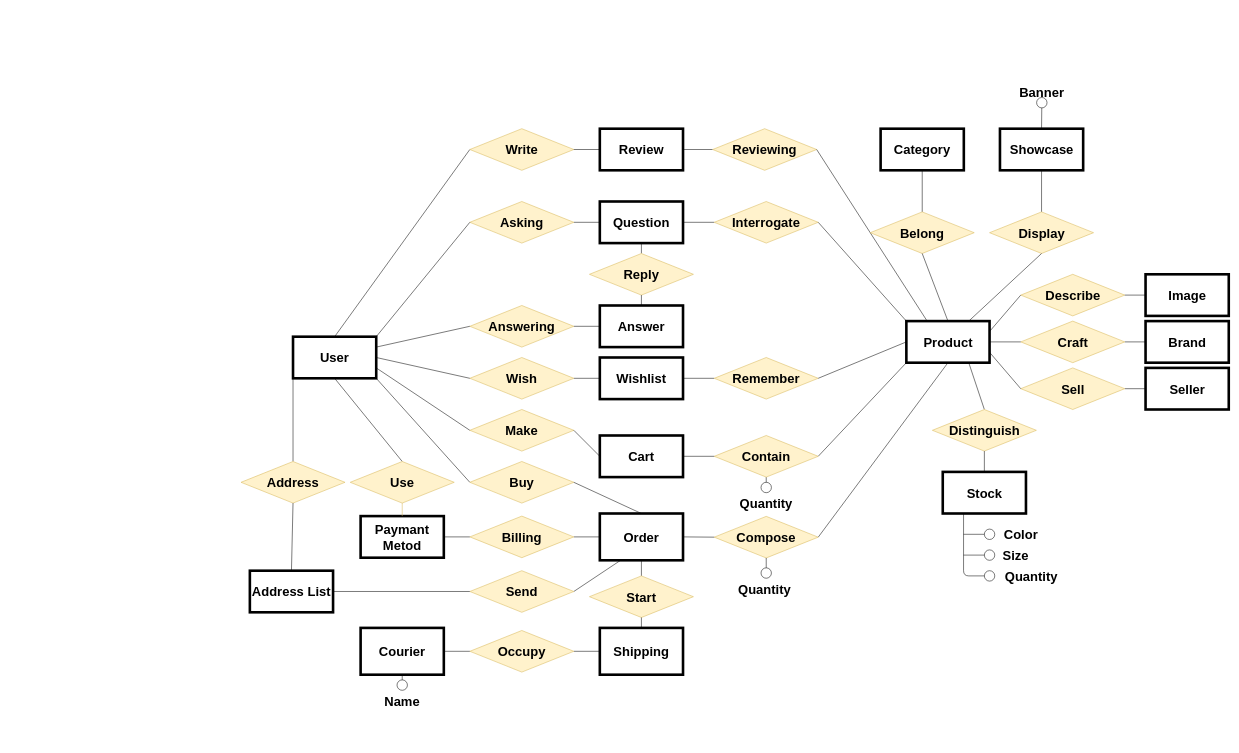
The draw.io diagram Tecnologie del web.drawio in Coccio98/Tecnologie-del-web, before the edit. Source tidied: cells renumbered, new cells numbered last; positions are measured from the earlier drawing's top-left corner, leaving out a move shared by most shapes. Both pictures are drawn from the tidied source at 52%, with x=0, y=0 at pixel (241, 87).
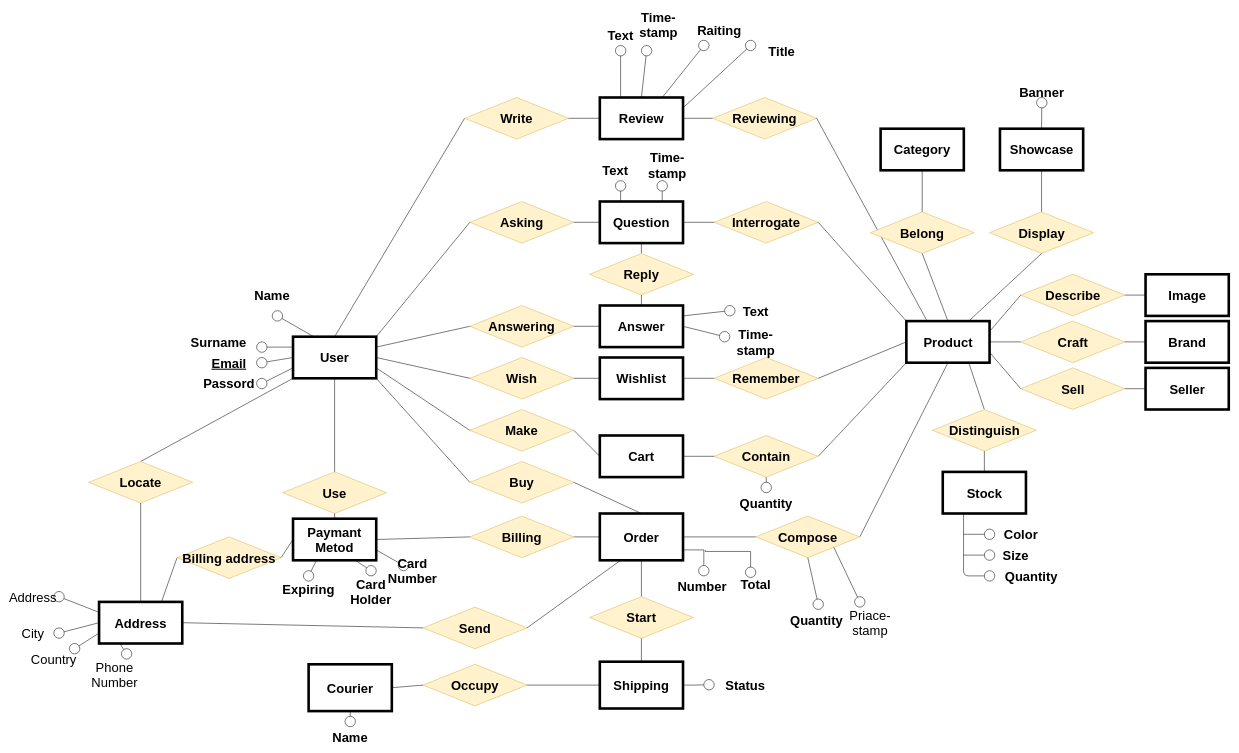
The same diagram, later.

Unchanged cells that the change refers to:
```xml
<mxCell id="2" value="User" style="rounded=0;whiteSpace=wrap;html=1;fontSize=25;fontStyle=1;strokeWidth=5;" parent="1" vertex="1">
  <mxGeometry x="100" y="480" width="160" height="80" as="geometry" />
</mxCell>
<mxCell id="16" value="Order" style="rounded=0;whiteSpace=wrap;html=1;fontSize=25;fontStyle=1;strokeWidth=5;" parent="1" vertex="1">
  <mxGeometry x="690" y="820" width="160" height="90" as="geometry" />
</mxCell>
<mxCell id="43" value="Question" style="rounded=0;whiteSpace=wrap;html=1;fontSize=25;fontStyle=1;strokeWidth=5;" parent="1" vertex="1">
  <mxGeometry x="690" y="220" width="160" height="80" as="geometry" />
</mxCell>
<mxCell id="46" value="Answer" style="rounded=0;whiteSpace=wrap;html=1;fontSize=25;fontStyle=1;strokeWidth=5;" parent="1" vertex="1">
  <mxGeometry x="690" y="420" width="160" height="80" as="geometry" />
</mxCell>
```

Diff of the diagram source:
```diff
@@
-    <mxCell id="12" value="Address List" style="rounded=0;whiteSpace=wrap;html=1;fontSize=25;fontStyle=1;strokeWidth=5;" parent="1" vertex="1">
-      <mxGeometry x="17" y="930" width="160" height="80" as="geometry" />
+    <mxCell id="12" value="Address" style="rounded=0;whiteSpace=wrap;html=1;fontSize=25;fontStyle=1;strokeWidth=5;" parent="1" vertex="1">
+      <mxGeometry x="-273" y="990" width="160" height="80" as="geometry" />
     </mxCell>
@@
     <mxCell id="14" value="Paymant Metod" style="rounded=0;whiteSpace=wrap;html=1;fontSize=25;fontStyle=1;strokeWidth=5;" parent="1" vertex="1">
-      <mxGeometry x="230" y="825" width="160" height="80" as="geometry" />
+      <mxGeometry x="100" y="830" width="160" height="80" as="geometry" />
     </mxCell>
@@
+    <mxCell id="106" style="edgeStyle=orthogonalEdgeStyle;rounded=0;jettySize=auto;html=1;exitX=1;exitY=0.75;exitDx=0;exitDy=0;startArrow=none;startFill=0;startSize=6;endArrow=oval;endFill=0;endSize=20;strokeColor=#000000;fontSize=25;fontColor=#000000;" parent="1" edge="1" source="16">
+      <mxGeometry relative="1" as="geometry">
+        <mxPoint x="890" y="930" as="targetPoint" />
+        <Array as="points">
+          <mxPoint x="850" y="890" />
+          <mxPoint x="890" y="890" />
+        </Array>
+      </mxGeometry>
+    </mxCell>
@@
     <mxCell id="23" value="Review" style="rounded=0;whiteSpace=wrap;html=1;fontSize=25;fontStyle=1;strokeWidth=5;" parent="1" vertex="1">
-      <mxGeometry x="690" y="80" width="160" height="80" as="geometry" />
+      <mxGeometry x="690" y="20" width="160" height="80" as="geometry" />
     </mxCell>
@@
     <mxCell id="26" value="Quantity" style="text;html=1;strokeColor=none;fillColor=none;align=center;verticalAlign=middle;whiteSpace=wrap;rounded=0;fontSize=25;fontStyle=1;" parent="1" vertex="1">
-      <mxGeometry x="987" y="954.5" width="40" height="20" as="geometry" />
+      <mxGeometry x="1087" y="1014.5" width="40" height="20" as="geometry" />
     </mxCell>
@@
+    <mxCell id="107" style="edgeStyle=orthogonalEdgeStyle;rounded=0;jettySize=auto;html=1;exitX=1;exitY=0.5;exitDx=0;exitDy=0;startArrow=none;startFill=0;startSize=6;endArrow=oval;endFill=0;endSize=20;strokeColor=#000000;fontSize=25;fontColor=#000000;" parent="1" edge="1" source="37">
+      <mxGeometry relative="1" as="geometry">
+        <mxPoint x="900" y="1149.3" as="targetPoint" />
+      </mxGeometry>
+    </mxCell>
     <mxCell id="37" value="Shipping" style="rounded=0;whiteSpace=wrap;html=1;fontSize=25;fontStyle=1;strokeWidth=5;" parent="1" vertex="1">
-      <mxGeometry x="690" y="1040" width="160" height="90" as="geometry" />
+      <mxGeometry x="690" y="1105" width="160" height="90" as="geometry" />
     </mxCell>
     <mxCell id="38" value="Courier" style="rounded=0;whiteSpace=wrap;html=1;fontSize=25;fontStyle=1;strokeWidth=5;" parent="1" vertex="1">
-      <mxGeometry x="230" y="1040" width="160" height="90" as="geometry" />
+      <mxGeometry x="130" y="1110" width="160" height="90" as="geometry" />
     </mxCell>
@@
     <mxCell id="40" value="Name" style="text;html=1;strokeColor=none;fillColor=none;align=center;verticalAlign=middle;whiteSpace=wrap;rounded=0;fontSize=25;fontStyle=1;" parent="1" vertex="1">
-      <mxGeometry x="290" y="1170" width="40" height="20" as="geometry" />
+      <mxGeometry x="190" y="1240" width="40" height="20" as="geometry" />
     </mxCell>
@@
     <mxCell id="49" value="Write" style="rhombus;whiteSpace=wrap;html=1;fontSize=25;fontStyle=1;fillColor=#fff2cc;strokeColor=#d6b656;" parent="1" vertex="1">
-      <mxGeometry x="440" y="80" width="200" height="80" as="geometry" />
+      <mxGeometry x="430" y="20" width="200" height="80" as="geometry" />
     </mxCell>
@@
     <mxCell id="63" value="Use" style="rhombus;whiteSpace=wrap;html=1;fontSize=25;fontStyle=1;fillColor=#fff2cc;strokeColor=#d6b656;" parent="1" vertex="1">
-      <mxGeometry x="210" y="720" width="200" height="80" as="geometry" />
+      <mxGeometry x="80" y="740" width="200" height="80" as="geometry" />
     </mxCell>
-    <mxCell id="64" style="endArrow=none;html=1;entryX=0.5;entryY=1;entryDx=0;entryDy=0;exitX=0.5;exitY=0;exitDx=0;exitDy=0;fontSize=25;fontStyle=1;fillColor=#fff2cc;strokeColor=#d6b656;" parent="1" edge="1" source="14" target="63">
+    <mxCell id="64" style="endArrow=none;html=1;entryX=0.5;entryY=1;entryDx=0;entryDy=0;exitX=0.5;exitY=0;exitDx=0;exitDy=0;fontSize=25;fontStyle=1;fillColor=#fff2cc;strokeColor=#000000;fontColor=#000000;" parent="1" edge="1" source="14" target="63">
       <mxGeometry relative="1" as="geometry" />
     </mxCell>
@@
-    <mxCell id="67" value="Address" style="rhombus;whiteSpace=wrap;html=1;fontSize=25;fontStyle=1;fillColor=#fff2cc;strokeColor=#d6b656;" parent="1" vertex="1">
-      <mxGeometry y="720" width="200" height="80" as="geometry" />
+    <mxCell id="67" value="Locate" style="rhombus;whiteSpace=wrap;html=1;fontSize=25;fontStyle=1;fillColor=#fff2cc;strokeColor=#d6b656;" parent="1" vertex="1">
+      <mxGeometry x="-293" y="720" width="200" height="80" as="geometry" />
     </mxCell>
@@
     <mxCell id="69" value="Send" style="rhombus;whiteSpace=wrap;html=1;fontSize=25;fontStyle=1;fillColor=#fff2cc;strokeColor=#d6b656;" parent="1" vertex="1">
-      <mxGeometry x="440" y="930" width="200" height="80" as="geometry" />
+      <mxGeometry x="350" y="1000" width="200" height="80" as="geometry" />
     </mxCell>
@@
     <mxCell id="71" value="Start" style="rhombus;whiteSpace=wrap;html=1;fontSize=25;fontStyle=1;fillColor=#fff2cc;strokeColor=#d6b656;" parent="1" vertex="1">
-      <mxGeometry x="670" y="940" width="200" height="80" as="geometry" />
+      <mxGeometry x="670" y="980" width="200" height="80" as="geometry" />
     </mxCell>
@@
     <mxCell id="73" value="Occupy" style="rhombus;whiteSpace=wrap;html=1;fontSize=25;fontStyle=1;fillColor=#fff2cc;strokeColor=#d6b656;" parent="1" vertex="1">
-      <mxGeometry x="440" y="1045" width="200" height="80" as="geometry" />
+      <mxGeometry x="350" y="1110" width="200" height="80" as="geometry" />
     </mxCell>
@@
     <mxCell id="75" value="Compose" style="rhombus;whiteSpace=wrap;html=1;fontSize=25;fontStyle=1;fillColor=#fff2cc;strokeColor=#d6b656;" parent="1" vertex="1">
-      <mxGeometry x="910" y="825.5" width="200" height="80" as="geometry" />
+      <mxGeometry x="990" y="825" width="200" height="80" as="geometry" />
     </mxCell>
@@
     <mxCell id="77" style="endArrow=none;html=1;fontSize=25;entryX=0.5;entryY=1;entryDx=0;entryDy=0;exitX=0.5;exitY=0;exitDx=0;exitDy=0;startArrow=oval;startFill=0;startSize=20;" parent="1" edge="1" target="75">
       <mxGeometry relative="1" as="geometry">
-        <mxPoint x="1010" y="934.5" as="sourcePoint" />
+        <mxPoint x="1110" y="994.5" as="sourcePoint" />
       </mxGeometry>
     </mxCell>
@@
     <mxCell id="86" value="Reviewing" style="rhombus;whiteSpace=wrap;html=1;fontSize=25;fontStyle=1;fillColor=#fff2cc;strokeColor=#d6b656;" parent="1" vertex="1">
-      <mxGeometry x="907" y="80" width="200" height="80" as="geometry" />
+      <mxGeometry x="907" y="20" width="200" height="80" as="geometry" />
     </mxCell>
@@
-    <mxCell id="88" style="endArrow=oval;html=1;fontSize=25;entryX=0.5;entryY=0;entryDx=0;entryDy=0;exitX=0.5;exitY=1;exitDx=0;exitDy=0;startSize=6;startArrow=none;startFill=0;endSize=20;endFill=0;" parent="1" edge="1" source="38">
+    <mxCell id="88" style="endArrow=oval;html=1;fontSize=25;exitX=0.5;exitY=1;exitDx=0;exitDy=0;startSize=6;startArrow=none;startFill=0;endSize=20;endFill=0;" parent="1" edge="1" source="38">
       <mxGeometry relative="1" as="geometry">
-        <mxPoint x="310" y="1150" as="targetPoint" />
+        <mxPoint x="210" y="1220" as="targetPoint" />
       </mxGeometry>
     </mxCell>
@@
+    <mxCell id="108" style="endArrow=none;html=1;fontSize=25;startArrow=oval;startFill=0;startSize=20;entryX=1;entryY=1;entryDx=0;entryDy=0;" parent="1" edge="1" target="75">
+      <mxGeometry relative="1" as="geometry">
+        <mxPoint x="1190" y="990" as="sourcePoint" />
+      </mxGeometry>
+    </mxCell>
+    <mxCell id="109" value="Priace-stamp" style="text;html=1;strokeColor=none;fillColor=none;align=center;verticalAlign=middle;whiteSpace=wrap;rounded=0;fontSize=25;" parent="1" vertex="1">
+      <mxGeometry x="1190" y="1020" width="40" height="20" as="geometry" />
+    </mxCell>
+    <mxCell id="110" value="Name" style="text;html=1;strokeColor=none;fillColor=none;align=center;verticalAlign=middle;whiteSpace=wrap;rounded=0;fontSize=25;fontStyle=1;" parent="1" vertex="1">
+      <mxGeometry x="40" y="390" width="40" height="20" as="geometry" />
+    </mxCell>
+    <mxCell id="111" style="endArrow=none;html=1;fontSize=25;entryX=0.25;entryY=0;entryDx=0;entryDy=0;startArrow=oval;startFill=0;startSize=20;" parent="1" edge="1" target="2">
+      <mxGeometry relative="1" as="geometry">
+        <mxPoint x="70" y="440" as="sourcePoint" />
+      </mxGeometry>
+    </mxCell>
+    <mxCell id="112" value="Surname" style="text;html=1;strokeColor=none;fillColor=none;align=center;verticalAlign=middle;whiteSpace=wrap;rounded=0;fontSize=25;fontStyle=1;" parent="1" vertex="1">
+      <mxGeometry x="-63" y="480" width="40" height="20" as="geometry" />
+    </mxCell>
+    <mxCell id="113" style="endArrow=none;html=1;fontSize=25;startArrow=oval;startFill=0;startSize=20;entryX=0;entryY=0.25;entryDx=0;entryDy=0;" parent="1" edge="1" target="2">
+      <mxGeometry relative="1" as="geometry">
+        <mxPoint x="40" y="500" as="sourcePoint" />
+      </mxGeometry>
+    </mxCell>
+    <mxCell id="114" value="Email" style="text;html=1;strokeColor=none;fillColor=none;align=center;verticalAlign=middle;whiteSpace=wrap;rounded=0;fontSize=25;fontStyle=5;strokeWidth=1;" parent="1" vertex="1">
+      <mxGeometry x="-43" y="520" width="40" height="20" as="geometry" />
+    </mxCell>
+    <mxCell id="115" style="endArrow=none;html=1;fontSize=25;startArrow=oval;startFill=0;startSize=20;entryX=0;entryY=0.5;entryDx=0;entryDy=0;" parent="1" edge="1" target="2">
+      <mxGeometry relative="1" as="geometry">
+        <mxPoint x="40" y="530" as="sourcePoint" />
+      </mxGeometry>
+    </mxCell>
+    <mxCell id="116" value="Passord" style="text;html=1;strokeColor=none;fillColor=none;align=center;verticalAlign=middle;whiteSpace=wrap;rounded=0;fontSize=25;fontStyle=1;" parent="1" vertex="1">
+      <mxGeometry x="-43" y="560" width="40" height="20" as="geometry" />
+    </mxCell>
+    <mxCell id="117" style="endArrow=none;html=1;fontSize=25;startArrow=oval;startFill=0;startSize=20;entryX=0;entryY=0.75;entryDx=0;entryDy=0;" parent="1" edge="1" target="2">
+      <mxGeometry relative="1" as="geometry">
+        <mxPoint x="40" y="570" as="sourcePoint" />
+      </mxGeometry>
+    </mxCell>
+    <mxCell id="118" style="endArrow=none;html=1;fontSize=25;startArrow=oval;startFill=0;startSize=20;entryX=0;entryY=0.25;entryDx=0;entryDy=0;" parent="1" edge="1" target="12">
+      <mxGeometry relative="1" as="geometry">
+        <mxPoint x="-350" y="980" as="sourcePoint" />
+      </mxGeometry>
+    </mxCell>
+    <mxCell id="119" style="endArrow=none;html=1;fontSize=25;startArrow=oval;startFill=0;startSize=20;entryX=0;entryY=0.5;entryDx=0;entryDy=0;" parent="1" edge="1" target="12">
+      <mxGeometry relative="1" as="geometry">
+        <mxPoint x="-350" y="1050" as="sourcePoint" />
+      </mxGeometry>
+    </mxCell>
+    <mxCell id="120" style="endArrow=none;html=1;fontSize=25;startArrow=oval;startFill=0;startSize=20;entryX=0;entryY=0.75;entryDx=0;entryDy=0;" parent="1" edge="1" target="12">
+      <mxGeometry relative="1" as="geometry">
+        <mxPoint x="-320" y="1080" as="sourcePoint" />
+      </mxGeometry>
+    </mxCell>
+    <mxCell id="121" value="Address" style="text;html=1;strokeColor=none;fillColor=none;align=center;verticalAlign=middle;whiteSpace=wrap;rounded=0;fontSize=25;fontColor=#000000;" parent="1" vertex="1">
+      <mxGeometry x="-420" y="970" width="40" height="20" as="geometry" />
+    </mxCell>
+    <mxCell id="122" style="endArrow=none;html=1;fontSize=25;startArrow=oval;startFill=0;startSize=20;entryX=0.25;entryY=1;entryDx=0;entryDy=0;" parent="1" edge="1" target="12">
+      <mxGeometry relative="1" as="geometry">
+        <mxPoint x="-220" y="1090" as="sourcePoint" />
+      </mxGeometry>
+    </mxCell>
+    <mxCell id="123" value="City" style="text;html=1;strokeColor=none;fillColor=none;align=center;verticalAlign=middle;whiteSpace=wrap;rounded=0;fontSize=25;fontColor=#000000;" parent="1" vertex="1">
+      <mxGeometry x="-420" y="1040" width="40" height="20" as="geometry" />
+    </mxCell>
+    <mxCell id="124" value="Country" style="text;html=1;strokeColor=none;fillColor=none;align=center;verticalAlign=middle;whiteSpace=wrap;rounded=0;fontSize=25;fontColor=#000000;" parent="1" vertex="1">
+      <mxGeometry x="-380" y="1090" width="40" height="20" as="geometry" />
+    </mxCell>
+    <mxCell id="125" value="Phone Number" style="text;html=1;strokeColor=none;fillColor=none;align=center;verticalAlign=middle;whiteSpace=wrap;rounded=0;fontSize=25;fontColor=#000000;" parent="1" vertex="1">
+      <mxGeometry x="-263" y="1120" width="40" height="20" as="geometry" />
+    </mxCell>
+    <mxCell id="126" value="Card Number" style="text;html=1;strokeColor=none;fillColor=none;align=center;verticalAlign=middle;whiteSpace=wrap;rounded=0;fontSize=25;fontStyle=1;" parent="1" vertex="1">
+      <mxGeometry x="310" y="920" width="40" height="20" as="geometry" />
+    </mxCell>
+    <mxCell id="127" style="endArrow=oval;html=1;fontSize=25;exitX=1;exitY=0.75;exitDx=0;exitDy=0;startSize=6;startArrow=none;startFill=0;endSize=20;endFill=0;" parent="1" edge="1" source="14" target="126">
+      <mxGeometry relative="1" as="geometry" />
+    </mxCell>
+    <mxCell id="128" value="Expiring" style="text;html=1;strokeColor=none;fillColor=none;align=center;verticalAlign=middle;whiteSpace=wrap;rounded=0;fontSize=25;fontStyle=1;" parent="1" vertex="1">
+      <mxGeometry x="110" y="954.5" width="40" height="20" as="geometry" />
+    </mxCell>
+    <mxCell id="129" style="endArrow=oval;html=1;fontSize=25;exitX=0.28;exitY=1.008;exitDx=0;exitDy=0;startSize=6;startArrow=none;startFill=0;endSize=20;endFill=0;exitPerimeter=0;" parent="1" edge="1" source="14">
+      <mxGeometry relative="1" as="geometry">
+        <mxPoint x="130" y="940" as="targetPoint" />
+      </mxGeometry>
+    </mxCell>
+    <mxCell id="130" value="Card Holder" style="text;html=1;strokeColor=none;fillColor=none;align=center;verticalAlign=middle;whiteSpace=wrap;rounded=0;fontSize=25;fontStyle=1;" parent="1" vertex="1">
+      <mxGeometry x="230" y="960" width="40" height="20" as="geometry" />
+    </mxCell>
+    <mxCell id="131" style="endArrow=oval;html=1;fontSize=25;exitX=0.75;exitY=1;exitDx=0;exitDy=0;startSize=6;startArrow=none;startFill=0;endSize=20;endFill=0;" parent="1" edge="1" source="14">
+      <mxGeometry relative="1" as="geometry">
+        <mxPoint x="250" y="930" as="targetPoint" />
+      </mxGeometry>
+    </mxCell>
+    <mxCell id="132" value="Billing address" style="rhombus;whiteSpace=wrap;html=1;fontSize=25;fontStyle=1;fillColor=#fff2cc;strokeColor=#d6b656;" parent="1" vertex="1">
+      <mxGeometry x="-123" y="865" width="200" height="80" as="geometry" />
+    </mxCell>
+    <mxCell id="133" style="endArrow=none;html=1;strokeColor=#000000;fontSize=25;fontColor=#000000;entryX=0;entryY=0.5;entryDx=0;entryDy=0;exitX=1;exitY=0.5;exitDx=0;exitDy=0;" parent="1" edge="1" source="132" target="14">
+      <mxGeometry relative="1" as="geometry" />
+    </mxCell>
+    <mxCell id="134" style="endArrow=none;html=1;strokeColor=#000000;fontSize=25;fontColor=#000000;entryX=0;entryY=0.5;entryDx=0;entryDy=0;exitX=0.75;exitY=0;exitDx=0;exitDy=0;" parent="1" edge="1" source="12" target="132">
+      <mxGeometry relative="1" as="geometry" />
+    </mxCell>
+    <mxCell id="135" value="Status" style="text;html=1;strokeColor=none;fillColor=none;align=center;verticalAlign=middle;whiteSpace=wrap;rounded=0;fontSize=25;fontStyle=1;" parent="1" vertex="1">
+      <mxGeometry x="950" y="1140" width="40" height="20" as="geometry" />
+    </mxCell>
+    <mxCell id="136" value="Number" style="text;html=1;strokeColor=none;fillColor=none;align=center;verticalAlign=middle;whiteSpace=wrap;rounded=0;fontSize=25;fontStyle=1;" parent="1" vertex="1">
+      <mxGeometry x="867" y="950" width="40" height="20" as="geometry" />
+    </mxCell>
+    <mxCell id="137" style="edgeStyle=orthogonalEdgeStyle;rounded=0;orthogonalLoop=1;jettySize=auto;html=1;exitX=1;exitY=0.75;exitDx=0;exitDy=0;startArrow=none;startFill=0;startSize=6;endArrow=oval;endFill=0;endSize=20;strokeColor=#000000;fontSize=25;fontColor=#000000;" parent="1" edge="1">
+      <mxGeometry relative="1" as="geometry">
+        <mxPoint x="893" y="890" as="sourcePoint" />
+        <mxPoint x="980" y="933" as="targetPoint" />
+        <Array as="points">
+          <mxPoint x="893" y="893" />
+          <mxPoint x="980" y="893" />
+        </Array>
+      </mxGeometry>
+    </mxCell>
+    <mxCell id="138" value="Total" style="text;html=1;strokeColor=none;fillColor=none;align=center;verticalAlign=middle;whiteSpace=wrap;rounded=0;fontSize=25;fontStyle=1;" parent="1" vertex="1">
+      <mxGeometry x="970" y="945" width="40" height="20" as="geometry" />
+    </mxCell>
+    <mxCell id="139" value="Text" style="text;html=1;strokeColor=none;fillColor=none;align=center;verticalAlign=middle;whiteSpace=wrap;rounded=0;fontSize=25;fontStyle=1;" parent="1" vertex="1">
+      <mxGeometry x="970" y="420" width="40" height="20" as="geometry" />
+    </mxCell>
+    <mxCell id="140" style="endArrow=none;html=1;fontSize=25;entryX=1;entryY=0.25;entryDx=0;entryDy=0;startArrow=oval;startFill=0;startSize=20;" parent="1" edge="1" target="46">
+      <mxGeometry relative="1" as="geometry">
+        <mxPoint x="940" y="430" as="sourcePoint" />
+      </mxGeometry>
+    </mxCell>
+    <mxCell id="141" value="Time-stamp" style="text;html=1;strokeColor=none;fillColor=none;align=center;verticalAlign=middle;whiteSpace=wrap;rounded=0;fontSize=25;fontStyle=1;" parent="1" vertex="1">
+      <mxGeometry x="970" y="480" width="40" height="20" as="geometry" />
+    </mxCell>
+    <mxCell id="142" style="endArrow=none;html=1;fontSize=25;entryX=1;entryY=0.5;entryDx=0;entryDy=0;startArrow=oval;startFill=0;startSize=20;" parent="1" edge="1" target="46">
+      <mxGeometry relative="1" as="geometry">
+        <mxPoint x="930" y="480" as="sourcePoint" />
+      </mxGeometry>
+    </mxCell>
+    <mxCell id="143" value="Text" style="text;html=1;strokeColor=none;fillColor=none;align=center;verticalAlign=middle;whiteSpace=wrap;rounded=0;fontSize=25;fontStyle=1;" parent="1" vertex="1">
+      <mxGeometry x="700" y="150" width="40" height="20" as="geometry" />
+    </mxCell>
+    <mxCell id="144" style="endArrow=none;html=1;fontSize=25;entryX=0.25;entryY=0;entryDx=0;entryDy=0;startArrow=oval;startFill=0;startSize=20;" parent="1" edge="1" target="43">
+      <mxGeometry relative="1" as="geometry">
+        <mxPoint x="730" y="190" as="sourcePoint" />
+      </mxGeometry>
+    </mxCell>
+    <mxCell id="145" value="Time-stamp" style="text;html=1;strokeColor=none;fillColor=none;align=center;verticalAlign=middle;whiteSpace=wrap;rounded=0;fontSize=25;fontStyle=1;" parent="1" vertex="1">
+      <mxGeometry x="800" y="140" width="40" height="20" as="geometry" />
+    </mxCell>
+    <mxCell id="146" style="endArrow=none;html=1;fontSize=25;startArrow=oval;startFill=0;startSize=20;entryX=0.75;entryY=0;entryDx=0;entryDy=0;" parent="1" edge="1" target="43">
+      <mxGeometry relative="1" as="geometry">
+        <mxPoint x="810" y="190" as="sourcePoint" />
+      </mxGeometry>
+    </mxCell>
+    <mxCell id="147" value="Text" style="text;html=1;strokeColor=none;fillColor=none;align=center;verticalAlign=middle;whiteSpace=wrap;rounded=0;fontSize=25;fontStyle=1;" parent="1" vertex="1">
+      <mxGeometry x="710" y="-110" width="40" height="20" as="geometry" />
+    </mxCell>
+    <mxCell id="148" style="endArrow=none;html=1;fontSize=25;entryX=0.25;entryY=0;entryDx=0;entryDy=0;startArrow=oval;startFill=0;startSize=20;" parent="1" edge="1" target="23">
+      <mxGeometry relative="1" as="geometry">
+        <mxPoint x="730" y="-70" as="sourcePoint" />
+      </mxGeometry>
+    </mxCell>
+    <mxCell id="149" value="Time-stamp" style="text;html=1;strokeColor=none;fillColor=none;align=center;verticalAlign=middle;whiteSpace=wrap;rounded=0;fontSize=25;fontStyle=1;" parent="1" vertex="1">
+      <mxGeometry x="783" y="-130" width="40" height="20" as="geometry" />
+    </mxCell>
+    <mxCell id="150" style="endArrow=none;html=1;fontSize=25;entryX=0.5;entryY=0;entryDx=0;entryDy=0;startArrow=oval;startFill=0;startSize=20;" parent="1" edge="1" target="23">
+      <mxGeometry relative="1" as="geometry">
+        <mxPoint x="780" y="-70" as="sourcePoint" />
+      </mxGeometry>
+    </mxCell>
+    <mxCell id="151" value="Raiting" style="text;html=1;strokeColor=none;fillColor=none;align=center;verticalAlign=middle;whiteSpace=wrap;rounded=0;fontSize=25;fontStyle=1;" parent="1" vertex="1">
+      <mxGeometry x="900" y="-120" width="40" height="20" as="geometry" />
+    </mxCell>
+    <mxCell id="152" style="endArrow=none;html=1;fontSize=25;entryX=0.75;entryY=0;entryDx=0;entryDy=0;startArrow=oval;startFill=0;startSize=20;" parent="1" edge="1" target="23">
+      <mxGeometry relative="1" as="geometry">
+        <mxPoint x="890" y="-80" as="sourcePoint" />
+      </mxGeometry>
+    </mxCell>
+    <mxCell id="153" value="Title" style="text;html=1;strokeColor=none;fillColor=none;align=center;verticalAlign=middle;whiteSpace=wrap;rounded=0;fontSize=25;fontStyle=1;" parent="1" vertex="1">
+      <mxGeometry x="1020" y="-80" width="40" height="20" as="geometry" />
+    </mxCell>
+    <mxCell id="154" style="endArrow=none;html=1;fontSize=25;entryX=1;entryY=0.25;entryDx=0;entryDy=0;startArrow=oval;startFill=0;startSize=20;" parent="1" edge="1" target="23">
+      <mxGeometry relative="1" as="geometry">
+        <mxPoint x="980" y="-80" as="sourcePoint" />
+      </mxGeometry>
+    </mxCell>
```
